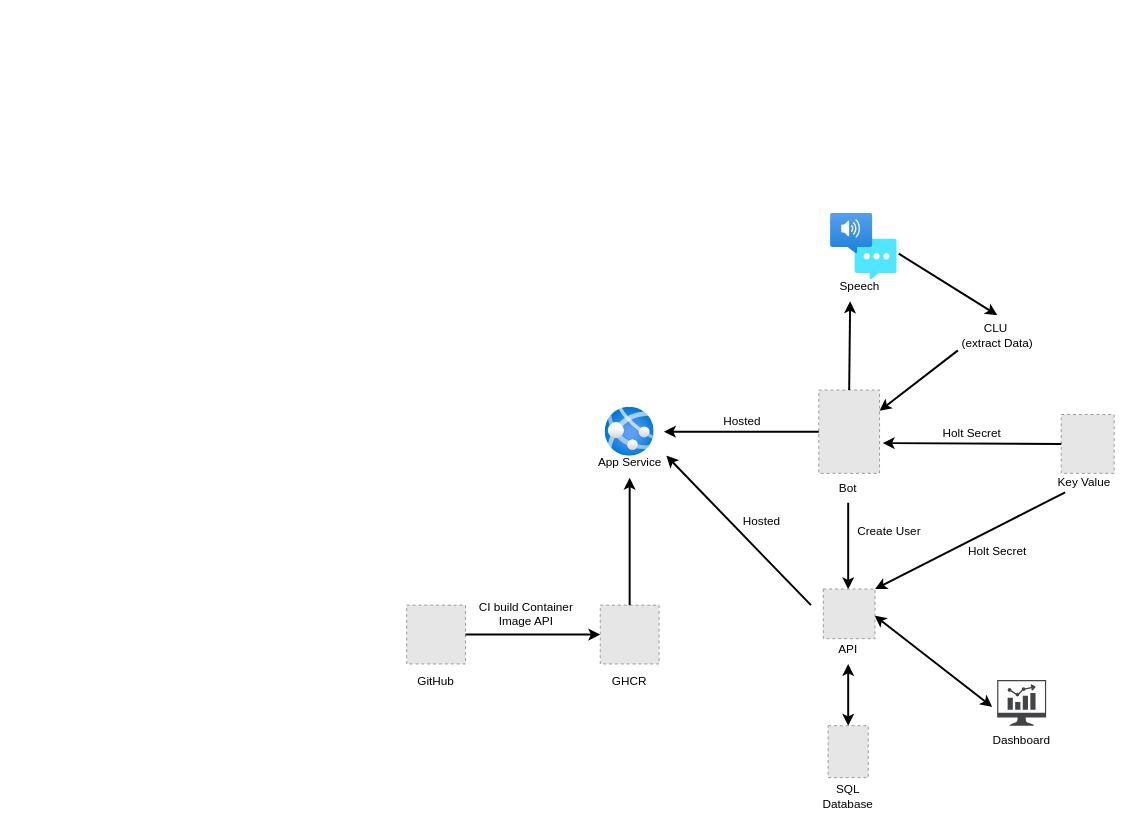
This is img/structure.drawio from 53845714nF/Sprachbot, a draw.io file, before an edit. Source tidied: cells renumbered, new cells numbered last; positions are measured from the earlier drawing's top-left corner, leaving out a move shared by most shapes. Both pictures are drawn from the tidied source at 98%, with x=0, y=0 at pixel (407, 213). Pictures stored in the file or linked from it are replaced by grey dashed boxes.
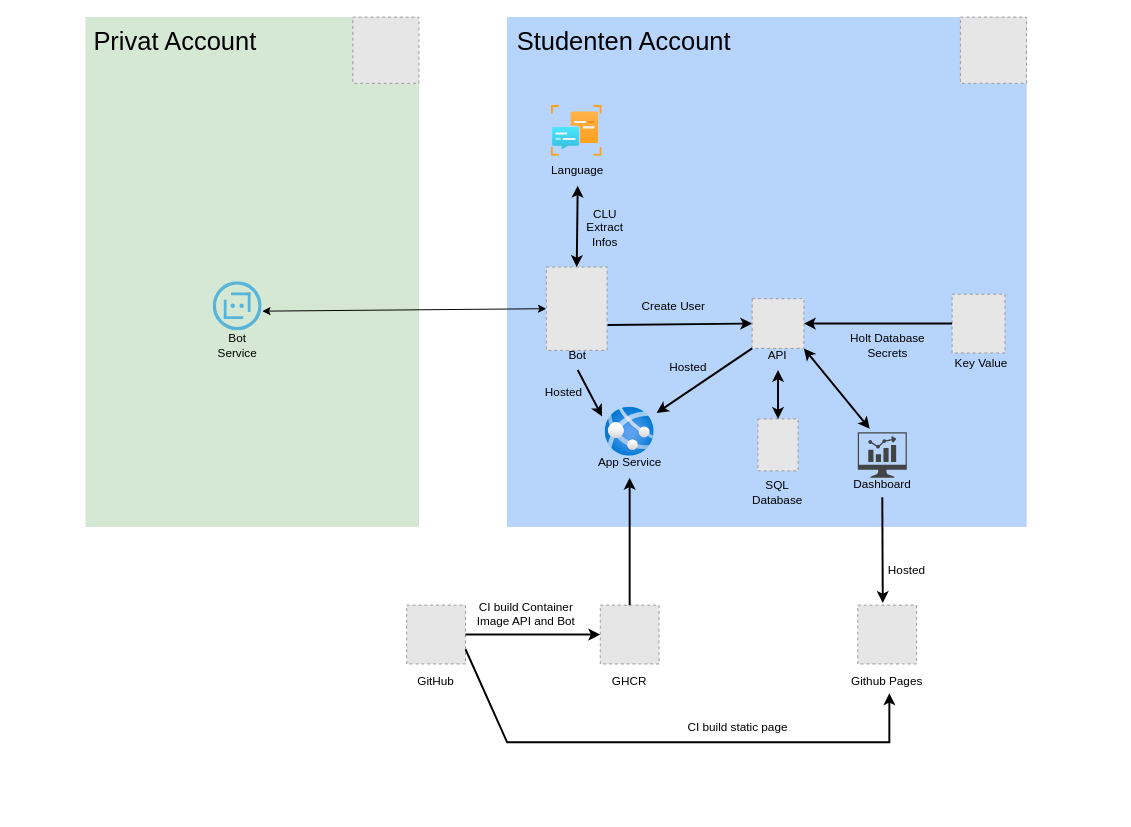
The same page after the edit.

The change refers to these unchanged cells:
```xml
<mxCell id="2" value="GitHub" style="fillColor=#E6E6E6;strokeColor=#999999;dashed=1;verticalLabelPosition=bottom;labelBackgroundColor=#ffffff;verticalAlign=top;spacingTop=4;" parent="1" vertex="1">
  <mxGeometry x="-0.5" y="400" width="60" height="60" as="geometry" />
</mxCell>
<mxCell id="9" style="image;html=1;points=[];align=center;fontSize=12;image=img/lib/azure2/app_services/App_Services.svg;" parent="1" vertex="1">
  <mxGeometry x="202" y="198" width="50" height="50" as="geometry" />
</mxCell>
<mxCell id="10" value="App Service" style="text;html=1;align=center;verticalAlign=middle;whiteSpace=wrap;rounded=0;" parent="1" vertex="1">
  <mxGeometry x="189.5" y="240" width="75" height="30" as="geometry" />
</mxCell>
```

Change to the diagram source:
```diff
@@
+    <mxCell id="37" style="rounded=0;whiteSpace=wrap;html=1;strokeWidth=0;fillColor=#d5e8d4;strokeColor=#82b366;" parent="1" vertex="1">
+      <mxGeometry x="-328" y="-200" width="340" height="520" as="geometry" />
+    </mxCell>
+    <mxCell id="38" style="rounded=0;whiteSpace=wrap;html=1;strokeWidth=0;fillColor=#B7D5FC;strokeColor=#6c8ebf;" parent="1" vertex="1">
+      <mxGeometry x="102" y="-200" width="530" height="520" as="geometry" />
+    </mxCell>
@@
     <mxCell id="3" style="fillColor=#E6E6E6;strokeColor=#999999;dashed=1;verticalLabelPosition=bottom;labelBackgroundColor=#ffffff;verticalAlign=top;" parent="1" vertex="1">
-      <mxGeometry x="420" y="180.5" width="62" height="85" as="geometry" />
+      <mxGeometry x="142" y="55" width="62" height="85" as="geometry" />
     </mxCell>
-    <mxCell id="4" style="image;html=1;points=[];align=center;fontSize=12;image=img/lib/azure2/ai_machine_learning/Speech_Services.svg;" parent="1" vertex="1">
-      <mxGeometry x="432" width="68" height="68" as="geometry" />
-    </mxCell>
-    <mxCell id="5" style="endArrow=classic;html=1;rounded=0;exitX=0.5;exitY=0;exitDx=0;exitDy=0;strokeWidth=2;" parent="1" edge="1" source="3">
-      <mxGeometry relative="1" as="geometry">
-        <mxPoint x="452" y="90" as="targetPoint" />
-      </mxGeometry>
-    </mxCell>
     <mxCell id="6" value="SQL Database" style="text;html=1;align=center;verticalAlign=middle;whiteSpace=wrap;rounded=0;" parent="1" vertex="1">
-      <mxGeometry x="420" y="580" width="60" height="30" as="geometry" />
+      <mxGeometry x="348.4" y="270" width="60" height="30" as="geometry" />
     </mxCell>
-    <mxCell id="7" value="Speech" style="text;html=1;align=center;verticalAlign=middle;whiteSpace=wrap;rounded=0;" parent="1" vertex="1">
-      <mxGeometry x="432" y="60" width="60" height="30" as="geometry" />
-    </mxCell>
-    <mxCell id="8" value="Bot" style="text;html=1;align=center;verticalAlign=middle;whiteSpace=wrap;rounded=0;" parent="1" vertex="1">
-      <mxGeometry x="420" y="265.5" width="60" height="30" as="geometry" />
-    </mxCell>
@@
-    <mxCell id="11" value="&lt;div&gt;CLU&amp;nbsp;&lt;/div&gt;&lt;div&gt;(extract Data)&lt;/div&gt;" style="text;html=1;align=center;verticalAlign=middle;whiteSpace=wrap;rounded=0;" parent="1" vertex="1">
-      <mxGeometry x="562" y="110" width="80.5" height="30" as="geometry" />
-    </mxCell>
-    <mxCell id="12" style="endArrow=classic;html=1;rounded=0;strokeWidth=2;exitX=1.023;exitY=0.608;exitDx=0;exitDy=0;exitPerimeter=0;" parent="1" edge="1" source="4">
-      <mxGeometry relative="1" as="geometry">
-        <mxPoint x="602.1" y="104" as="targetPoint" />
-      </mxGeometry>
-    </mxCell>
-    <mxCell id="13" style="endArrow=classic;html=1;rounded=0;entryX=1;entryY=0.25;entryDx=0;entryDy=0;strokeWidth=2;exitX=0;exitY=1;exitDx=0;exitDy=0;" parent="1" edge="1" source="11" target="3">
-      <mxGeometry relative="1" as="geometry" />
-    </mxCell>
     <mxCell id="14" style="fillColor=#E6E6E6;strokeColor=#999999;dashed=1;verticalLabelPosition=bottom;labelBackgroundColor=#ffffff;verticalAlign=top;" parent="1" vertex="1">
-      <mxGeometry x="667.4" y="205.5" width="54" height="60" as="geometry" />
+      <mxGeometry x="556" y="82.7" width="54" height="60" as="geometry" />
     </mxCell>
     <mxCell id="15" value="Key Value" style="text;html=1;align=center;verticalAlign=middle;whiteSpace=wrap;rounded=0;" parent="1" vertex="1">
-      <mxGeometry x="661.4" y="260" width="60" height="30" as="geometry" />
+      <mxGeometry x="556" y="138" width="60" height="30" as="geometry" />
     </mxCell>
-    <mxCell id="16" style="endArrow=classic;html=1;rounded=0;entryX=1.053;entryY=0.637;entryDx=0;entryDy=0;exitX=0;exitY=0.5;exitDx=0;exitDy=0;strokeWidth=2;entryPerimeter=0;" parent="1" edge="1" source="14" target="3">
-      <mxGeometry relative="1" as="geometry" />
-    </mxCell>
-    <mxCell id="17" style="endArrow=classic;html=1;rounded=0;exitX=0.166;exitY=0.83;exitDx=0;exitDy=0;strokeWidth=2;entryX=1;entryY=0;entryDx=0;entryDy=0;exitPerimeter=0;" parent="1" edge="1" source="15" target="31">
+    <mxCell id="17" style="endArrow=classic;html=1;rounded=0;strokeWidth=2;entryX=1;entryY=0.5;entryDx=0;entryDy=0;exitX=0;exitY=0.5;exitDx=0;exitDy=0;" parent="1" edge="1" source="14" target="31">
       <mxGeometry relative="1" as="geometry" />
     </mxCell>
-    <mxCell id="18" style="endArrow=classic;startArrow=none;html=1;rounded=0;exitX=0.5;exitY=1;exitDx=0;exitDy=0;entryX=0.5;entryY=0;entryDx=0;entryDy=0;strokeWidth=2;startFill=0;" parent="1" edge="1" source="8">
-      <mxGeometry relative="1" as="geometry">
-        <mxPoint x="450" y="383.8" as="targetPoint" />
-      </mxGeometry>
+    <mxCell id="18" style="endArrow=classic;startArrow=none;html=1;rounded=0;entryX=0;entryY=0.5;entryDx=0;entryDy=0;strokeWidth=2;startFill=0;exitX=1.008;exitY=0.695;exitDx=0;exitDy=0;exitPerimeter=0;" parent="1" edge="1" source="3" target="31">
+      <mxGeometry relative="1" as="geometry" />
     </mxCell>
     <mxCell id="19" style="sketch=0;shadow=0;dashed=0;html=1;strokeColor=none;fillColor=#434445;labelPosition=center;verticalLabelPosition=bottom;verticalAlign=top;align=center;outlineConnect=0;shape=mxgraph.vvd.nsx_dashboard;" parent="1" vertex="1">
-      <mxGeometry x="602" y="476.5" width="50" height="46.5" as="geometry" />
+      <mxGeometry x="459.8" y="223.5" width="50" height="46.5" as="geometry" />
     </mxCell>
@@
-    <mxCell id="21" value="CI build Container Image API" style="text;html=1;align=center;verticalAlign=middle;whiteSpace=wrap;rounded=0;" parent="1" vertex="1">
+    <mxCell id="21" value="CI build Container Image API and Bot" style="text;html=1;align=center;verticalAlign=middle;whiteSpace=wrap;rounded=0;" parent="1" vertex="1">
       <mxGeometry x="59.5" y="393.8" width="122.5" height="30" as="geometry" />
     </mxCell>
     <mxCell id="22" value="Dashboard" style="text;html=1;align=center;verticalAlign=middle;whiteSpace=wrap;rounded=0;" parent="1" vertex="1">
-      <mxGeometry x="597" y="523" width="60" height="30" as="geometry" />
+      <mxGeometry x="454.8" y="263" width="60" height="27" as="geometry" />
     </mxCell>
     <mxCell id="23" value="Hosted" style="text;html=1;align=center;verticalAlign=middle;whiteSpace=wrap;rounded=0;" parent="1" vertex="1">
-      <mxGeometry x="312" y="198" width="60" height="30" as="geometry" />
+      <mxGeometry x="129.5" y="168" width="60" height="30" as="geometry" />
     </mxCell>
-    <mxCell id="24" style="endArrow=classic;html=1;rounded=0;exitX=0;exitY=0.5;exitDx=0;exitDy=0;strokeWidth=2;" parent="1" edge="1" source="3">
-      <mxGeometry relative="1" as="geometry">
-        <mxPoint x="262" y="223" as="targetPoint" />
-      </mxGeometry>
+    <mxCell id="24" style="endArrow=classic;html=1;rounded=0;strokeWidth=2;entryX=-0.063;entryY=0.189;entryDx=0;entryDy=0;entryPerimeter=0;exitX=0.5;exitY=1;exitDx=0;exitDy=0;" parent="1" edge="1" source="8" target="9">
+      <mxGeometry relative="1" as="geometry" />
     </mxCell>
     <mxCell id="25" style="fillColor=#E6E6E6;strokeColor=#999999;dashed=1;verticalLabelPosition=bottom;labelBackgroundColor=#ffffff;verticalAlign=top;" parent="1" vertex="1">
-      <mxGeometry x="429.5" y="523" width="41" height="53" as="geometry" />
+      <mxGeometry x="357.9" y="210" width="41" height="53" as="geometry" />
     </mxCell>
@@
     <mxCell id="27" value="API" style="text;html=1;align=center;verticalAlign=middle;whiteSpace=wrap;rounded=0;" parent="1" vertex="1">
-      <mxGeometry x="420" y="430" width="60" height="30" as="geometry" />
+      <mxGeometry x="348.4" y="130" width="60" height="30" as="geometry" />
     </mxCell>
-    <mxCell id="28" value="Holt Secret" style="text;html=1;align=center;verticalAlign=middle;whiteSpace=wrap;rounded=0;" parent="1" vertex="1">
-      <mxGeometry x="521.4" y="210" width="110.6" height="30" as="geometry" />
-    </mxCell>
-    <mxCell id="29" value="Holt Secret" style="text;html=1;align=center;verticalAlign=middle;whiteSpace=wrap;rounded=0;" parent="1" vertex="1">
-      <mxGeometry x="546.9" y="330" width="110.6" height="30" as="geometry" />
+    <mxCell id="29" value="Holt Database Secrets" style="text;html=1;align=center;verticalAlign=middle;whiteSpace=wrap;rounded=0;" parent="1" vertex="1">
+      <mxGeometry x="434.5" y="120" width="110.6" height="30" as="geometry" />
     </mxCell>
-    <mxCell id="30" style="endArrow=classic;startArrow=classic;html=1;rounded=0;strokeWidth=2;exitX=1;exitY=0.5;exitDx=0;exitDy=0;entryX=-0.1;entryY=0.588;entryDx=0;entryDy=0;entryPerimeter=0;" parent="1" edge="1" target="19">
+    <mxCell id="30" style="endArrow=classic;startArrow=classic;html=1;rounded=0;strokeWidth=2;exitX=1;exitY=1;exitDx=0;exitDy=0;" parent="1" edge="1" source="31">
       <mxGeometry relative="1" as="geometry">
-        <mxPoint x="476.9" y="410.6" as="sourcePoint" />
+        <mxPoint x="472" y="220" as="targetPoint" />
       </mxGeometry>
     </mxCell>
     <mxCell id="31" style="fillColor=#E6E6E6;strokeColor=#999999;dashed=1;verticalLabelPosition=bottom;labelBackgroundColor=default;verticalAlign=top;" parent="1" vertex="1">
-      <mxGeometry x="424.6" y="383.5" width="52.8" height="50.7" as="geometry" />
+      <mxGeometry x="352" y="87.3" width="52.8" height="50.7" as="geometry" />
     </mxCell>
@@
-    <mxCell id="33" style="endArrow=classic;html=1;rounded=0;strokeWidth=2;entryX=1;entryY=0.25;entryDx=0;entryDy=0;" parent="1" edge="1" target="10">
-      <mxGeometry relative="1" as="geometry">
-        <mxPoint x="412" y="400" as="sourcePoint" />
-      </mxGeometry>
+    <mxCell id="33" style="endArrow=classic;html=1;rounded=0;strokeWidth=2;entryX=1.051;entryY=0.117;entryDx=0;entryDy=0;exitX=0;exitY=1;exitDx=0;exitDy=0;entryPerimeter=0;" parent="1" edge="1" source="31" target="9">
+      <mxGeometry relative="1" as="geometry" />
     </mxCell>
     <mxCell id="34" value="Hosted" style="text;html=1;align=center;verticalAlign=middle;whiteSpace=wrap;rounded=0;" parent="1" vertex="1">
-      <mxGeometry x="332" y="300" width="60" height="30" as="geometry" />
+      <mxGeometry x="257" y="142.7" width="60" height="30" as="geometry" />
     </mxCell>
@@
     <mxCell id="36" value="Create User" style="text;html=1;align=center;verticalAlign=middle;whiteSpace=wrap;rounded=0;" parent="1" vertex="1">
-      <mxGeometry x="442" y="310" width="100" height="30" as="geometry" />
+      <mxGeometry x="222" y="80" width="100" height="30" as="geometry" />
     </mxCell>
+    <mxCell id="39" value="CLU&lt;br&gt;Extract Infos" style="text;html=1;align=center;verticalAlign=middle;whiteSpace=wrap;rounded=0;" parent="1" vertex="1">
+      <mxGeometry x="172" width="60" height="30" as="geometry" />
+    </mxCell>
+    <mxCell id="40" style="image;sketch=0;html=1;points=[];align=center;fontSize=12;image=img/lib/mscae/Bot_Services.svg;" parent="1" vertex="1">
+      <mxGeometry x="-198" y="70" width="50" height="50" as="geometry" />
+    </mxCell>
+    <mxCell id="41" value="Bot Service" style="text;html=1;align=center;verticalAlign=middle;whiteSpace=wrap;rounded=0;" parent="1" vertex="1">
+      <mxGeometry x="-203" y="120" width="60" height="30" as="geometry" />
+    </mxCell>
+    <mxCell id="42" style="image;html=1;align=center;fontSize=12;image=img/lib/azure2/ai_machine_learning/Language_Services.svg;" parent="1" vertex="1">
+      <mxGeometry x="147" y="-110" width="52" height="52" as="geometry" />
+    </mxCell>
+    <mxCell id="43" value="Language" style="text;html=1;align=center;verticalAlign=middle;whiteSpace=wrap;rounded=0;" parent="1" vertex="1">
+      <mxGeometry x="144" y="-58" width="60" height="30" as="geometry" />
+    </mxCell>
+    <mxCell id="8" value="Bot" style="text;html=1;align=center;verticalAlign=middle;whiteSpace=wrap;rounded=0;" parent="1" vertex="1">
+      <mxGeometry x="144" y="130" width="60" height="30" as="geometry" />
+    </mxCell>
+    <mxCell id="44" style="endArrow=classic;startArrow=classic;html=1;rounded=0;strokeWidth=2;exitX=0.5;exitY=0;exitDx=0;exitDy=0;entryX=0.5;entryY=1;entryDx=0;entryDy=0;" parent="1" edge="1" source="3" target="43">
+      <mxGeometry relative="1" as="geometry" />
+    </mxCell>
+    <mxCell id="45" style="endArrow=classic;html=1;rounded=0;strokeWidth=2;exitX=1;exitY=0.75;exitDx=0;exitDy=0;" parent="1" edge="1" source="2">
+      <mxGeometry relative="1" as="geometry">
+        <mxPoint x="492" y="490" as="targetPoint" />
+        <Array as="points">
+          <mxPoint x="102" y="540" />
+          <mxPoint x="492" y="540" />
+        </Array>
+      </mxGeometry>
+    </mxCell>
+    <mxCell id="46" value="Github Pages" style="fillColor=#E6E6E6;strokeColor=#999999;dashed=1;verticalLabelPosition=bottom;labelBackgroundColor=#ffffff;verticalAlign=top;spacingTop=4;" parent="1" vertex="1">
+      <mxGeometry x="459.8" y="400" width="60" height="60" as="geometry" />
+    </mxCell>
+    <mxCell id="47" style="endArrow=classic;html=1;rounded=0;strokeWidth=2;entryX=0.425;entryY=-0.038;entryDx=0;entryDy=0;exitX=0.5;exitY=1;exitDx=0;exitDy=0;entryPerimeter=0;" parent="1" edge="1" source="22" target="46">
+      <mxGeometry relative="1" as="geometry" />
+    </mxCell>
+    <mxCell id="48" value="Hosted" style="text;html=1;align=center;verticalAlign=middle;whiteSpace=wrap;rounded=0;" parent="1" vertex="1">
+      <mxGeometry x="480.1" y="350" width="60" height="30" as="geometry" />
+    </mxCell>
+    <mxCell id="49" value="CI build static page" style="text;html=1;align=center;verticalAlign=middle;whiteSpace=wrap;rounded=0;" parent="1" vertex="1">
+      <mxGeometry x="276.4" y="510" width="122.5" height="30" as="geometry" />
+    </mxCell>
+    <mxCell id="50" style="fillColor=#E6E6E6;strokeColor=#999999;dashed=1;verticalLabelPosition=bottom;labelBackgroundColor=default;verticalAlign=top;" parent="1" vertex="1">
+      <mxGeometry x="564.5" y="-200" width="67.5" height="67.5" as="geometry" />
+    </mxCell>
+    <mxCell id="51" style="endArrow=classic;startArrow=classic;html=1;rounded=0;exitX=1;exitY=0.6;exitDx=0;exitDy=0;exitPerimeter=0;entryX=0;entryY=0.5;entryDx=0;entryDy=0;" parent="1" edge="1" source="40" target="3">
+      <mxGeometry relative="1" as="geometry" />
+    </mxCell>
+    <mxCell id="52" value="&lt;font style=&quot;font-size: 26px;&quot;&gt;Studenten Account&amp;nbsp;&lt;/font&gt;" style="text;html=1;align=center;verticalAlign=middle;whiteSpace=wrap;rounded=0;" parent="1" vertex="1">
+      <mxGeometry x="59.5" y="-190" width="330" height="30" as="geometry" />
+    </mxCell>
+    <mxCell id="53" value="&lt;font style=&quot;font-size: 26px;&quot;&gt;Privat Account&amp;nbsp;&lt;/font&gt;" style="text;html=1;align=center;verticalAlign=middle;whiteSpace=wrap;rounded=0;" parent="1" vertex="1">
+      <mxGeometry x="-398" y="-190" width="330" height="30" as="geometry" />
+    </mxCell>
+    <mxCell id="54" style="fillColor=#E6E6E6;strokeColor=#999999;dashed=1;verticalLabelPosition=bottom;labelBackgroundColor=default;verticalAlign=top;" parent="1" vertex="1">
+      <mxGeometry x="-55.5" y="-200" width="67.5" height="67.5" as="geometry" />
+    </mxCell>
```
